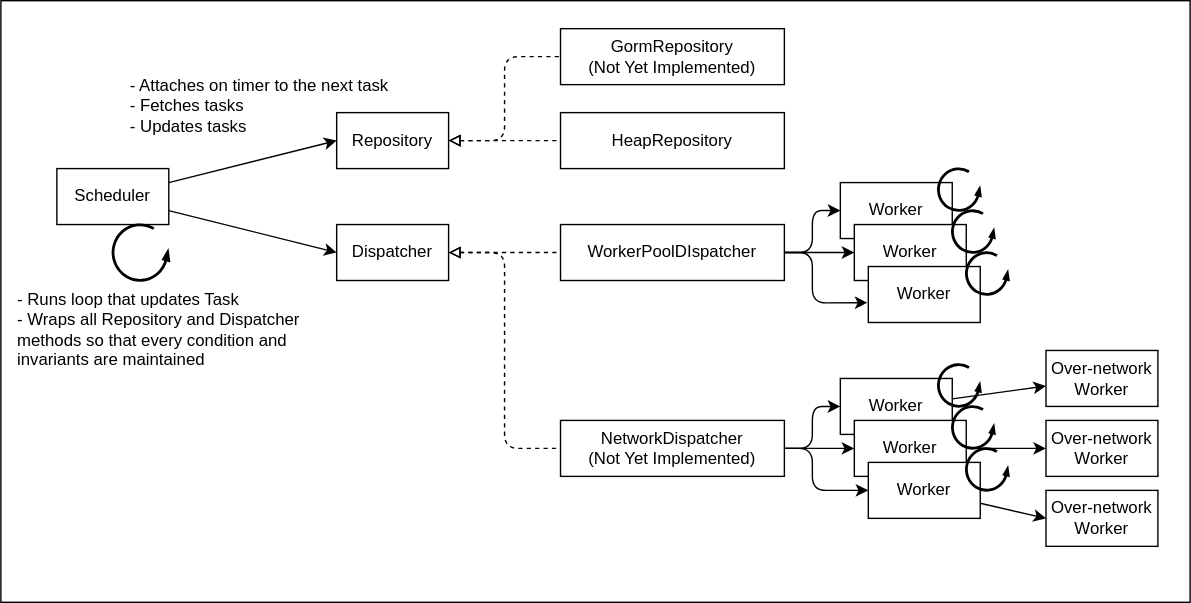
ngicks/gokugen keeps this draw.io diagram as arch.drawio.svg. Above is the earlier version. Source tidied: cells renumbered, new cells last; positions are measured from the earlier drawing's top-left corner, leaving out a move shared by most shapes.
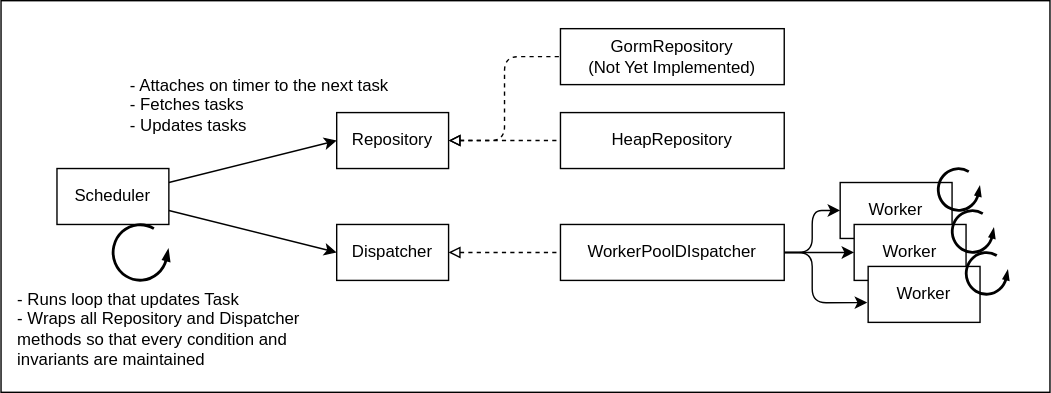
The same file after the commit.

What changed in the source:
```diff
@@ -3,7 +3,7 @@
     <mxCell id="0" />
     <mxCell id="1" parent="0" />
     <mxCell id="2" style="rounded=0;whiteSpace=wrap;html=1;fillColor=#FFFFFF;strokeColor=#000000;" parent="1" vertex="1">
-      <mxGeometry width="850" height="430" as="geometry" />
+      <mxGeometry width="750" height="280" as="geometry" />
     </mxCell>
     <mxCell id="3" style="edgeStyle=none;html=1;entryX=0;entryY=0.5;entryDx=0;entryDy=0;startArrow=none;startFill=0;strokeColor=#000000;" parent="1" edge="1" source="5" target="6">
       <mxGeometry relative="1" as="geometry" />
@@ -56,37 +56,6 @@
     <mxCell id="14" value="HeapRepository" style="rounded=0;whiteSpace=wrap;html=1;strokeColor=#000000;" parent="1" vertex="1">
       <mxGeometry x="400" y="80" width="160" height="40" as="geometry" />
     </mxCell>
-    <mxCell id="15" style="edgeStyle=none;html=1;entryX=0;entryY=0.5;entryDx=0;entryDy=0;startArrow=none;startFill=0;strokeColor=#000000;" parent="1" edge="1" source="18" target="32">
-      <mxGeometry relative="1" as="geometry">
-        <Array as="points">
-          <mxPoint x="580" y="320" />
-          <mxPoint x="580" y="290" />
-        </Array>
-      </mxGeometry>
-    </mxCell>
-    <mxCell id="16" style="edgeStyle=none;html=1;entryX=0;entryY=0.5;entryDx=0;entryDy=0;startArrow=none;startFill=0;strokeColor=#000000;" parent="1" edge="1" source="18" target="34">
-      <mxGeometry relative="1" as="geometry" />
-    </mxCell>
-    <mxCell id="17" style="edgeStyle=none;html=1;entryX=0;entryY=0.5;entryDx=0;entryDy=0;startArrow=none;startFill=0;strokeColor=#000000;" parent="1" edge="1" source="18" target="36">
-      <mxGeometry relative="1" as="geometry">
-        <Array as="points">
-          <mxPoint x="580" y="320" />
-          <mxPoint x="580" y="350" />
-        </Array>
-      </mxGeometry>
-    </mxCell>
-    <mxCell id="18" value="NetworkDispatcher&lt;br&gt;(Not Yet Implemented)" style="rounded=0;whiteSpace=wrap;html=1;strokeColor=#000000;" parent="1" vertex="1">
-      <mxGeometry x="400" y="300" width="160" height="40" as="geometry" />
-    </mxCell>
-    <mxCell id="19" style="endArrow=none;dashed=1;html=1;startArrow=block;startFill=0;entryX=0;entryY=0.5;entryDx=0;entryDy=0;strokeColor=#000000;" parent="1" edge="1" target="18">
-      <mxGeometry relative="1" as="geometry">
-        <mxPoint x="320" y="180" as="sourcePoint" />
-        <Array as="points">
-          <mxPoint x="360" y="180" />
-          <mxPoint x="360" y="320" />
-        </Array>
-      </mxGeometry>
-    </mxCell>
     <mxCell id="20" value="GormRepository&lt;br&gt;(Not Yet Implemented)" style="rounded=0;whiteSpace=wrap;html=1;strokeColor=#000000;" parent="1" vertex="1">
       <mxGeometry x="400" y="20" width="160" height="40" as="geometry" />
     </mxCell>
@@ -125,41 +94,5 @@
     <mxCell id="30" style="verticalLabelPosition=bottom;html=1;verticalAlign=top;strokeWidth=2;shape=mxgraph.lean_mapping.physical_pull;strokeColor=#000000;" parent="1" vertex="1">
       <mxGeometry x="690" y="180" width="30" height="30" as="geometry" />
     </mxCell>
-    <mxCell id="31" style="edgeStyle=none;html=1;startArrow=none;startFill=0;strokeColor=#000000;" parent="1" edge="1" source="32" target="42">
-      <mxGeometry relative="1" as="geometry" />
-    </mxCell>
-    <mxCell id="32" value="Worker" style="rounded=0;whiteSpace=wrap;html=1;strokeColor=#000000;" parent="1" vertex="1">
-      <mxGeometry x="600" y="270" width="80" height="40" as="geometry" />
-    </mxCell>
-    <mxCell id="33" style="edgeStyle=none;html=1;entryX=0;entryY=0.5;entryDx=0;entryDy=0;startArrow=none;startFill=0;strokeColor=#000000;" parent="1" edge="1" source="34" target="41">
-      <mxGeometry relative="1" as="geometry" />
-    </mxCell>
-    <mxCell id="34" value="Worker" style="rounded=0;whiteSpace=wrap;html=1;strokeColor=#000000;" parent="1" vertex="1">
-      <mxGeometry x="610" y="300" width="80" height="40" as="geometry" />
-    </mxCell>
-    <mxCell id="35" style="edgeStyle=none;html=1;startArrow=none;startFill=0;entryX=0;entryY=0.5;entryDx=0;entryDy=0;strokeColor=#000000;" parent="1" edge="1" source="36" target="40">
-      <mxGeometry relative="1" as="geometry" />
-    </mxCell>
-    <mxCell id="36" value="Worker" style="rounded=0;whiteSpace=wrap;html=1;strokeColor=#000000;" parent="1" vertex="1">
-      <mxGeometry x="620" y="330" width="80" height="40" as="geometry" />
-    </mxCell>
-    <mxCell id="37" style="verticalLabelPosition=bottom;html=1;verticalAlign=top;strokeWidth=2;shape=mxgraph.lean_mapping.physical_pull;strokeColor=#000000;" parent="1" vertex="1">
-      <mxGeometry x="670" y="260" width="30" height="30" as="geometry" />
-    </mxCell>
-    <mxCell id="38" style="verticalLabelPosition=bottom;html=1;verticalAlign=top;strokeWidth=2;shape=mxgraph.lean_mapping.physical_pull;strokeColor=#000000;" parent="1" vertex="1">
-      <mxGeometry x="680" y="290" width="30" height="30" as="geometry" />
-    </mxCell>
-    <mxCell id="39" style="verticalLabelPosition=bottom;html=1;verticalAlign=top;strokeWidth=2;shape=mxgraph.lean_mapping.physical_pull;strokeColor=#000000;" parent="1" vertex="1">
-      <mxGeometry x="690" y="320" width="30" height="30" as="geometry" />
-    </mxCell>
-    <mxCell id="40" value="Over-network&lt;br&gt;Worker" style="rounded=0;whiteSpace=wrap;html=1;strokeColor=#000000;" parent="1" vertex="1">
-      <mxGeometry x="747" y="350" width="80" height="40" as="geometry" />
-    </mxCell>
-    <mxCell id="41" value="Over-network&lt;br&gt;Worker" style="rounded=0;whiteSpace=wrap;html=1;strokeColor=#000000;" parent="1" vertex="1">
-      <mxGeometry x="747" y="300" width="80" height="40" as="geometry" />
-    </mxCell>
-    <mxCell id="42" value="Over-network&lt;br&gt;Worker" style="rounded=0;whiteSpace=wrap;html=1;strokeColor=#000000;" parent="1" vertex="1">
-      <mxGeometry x="747" y="250" width="80" height="40" as="geometry" />
-    </mxCell>
   </root>
 </mxGraphModel>
```
